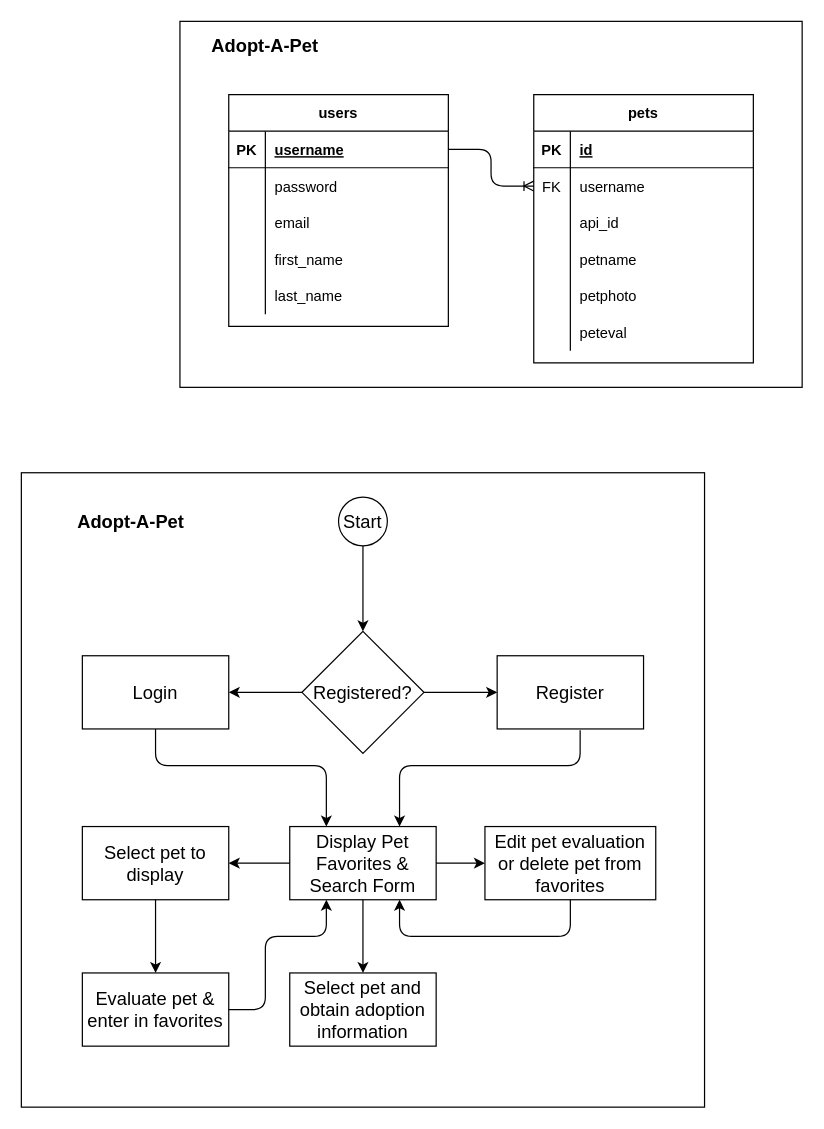
Before: Capstone Documents/adopt-a-pet.drawio in ursawd/adopt-a-pet, a draw.io diagram. Source tidied: cells renumbered, new cells numbered last; positions are measured from the earlier drawing's top-left corner, leaving out a move shared by most shapes. Both pictures are drawn from the tidied source at 122%, with x=0, y=0 at pixel (21, 21).
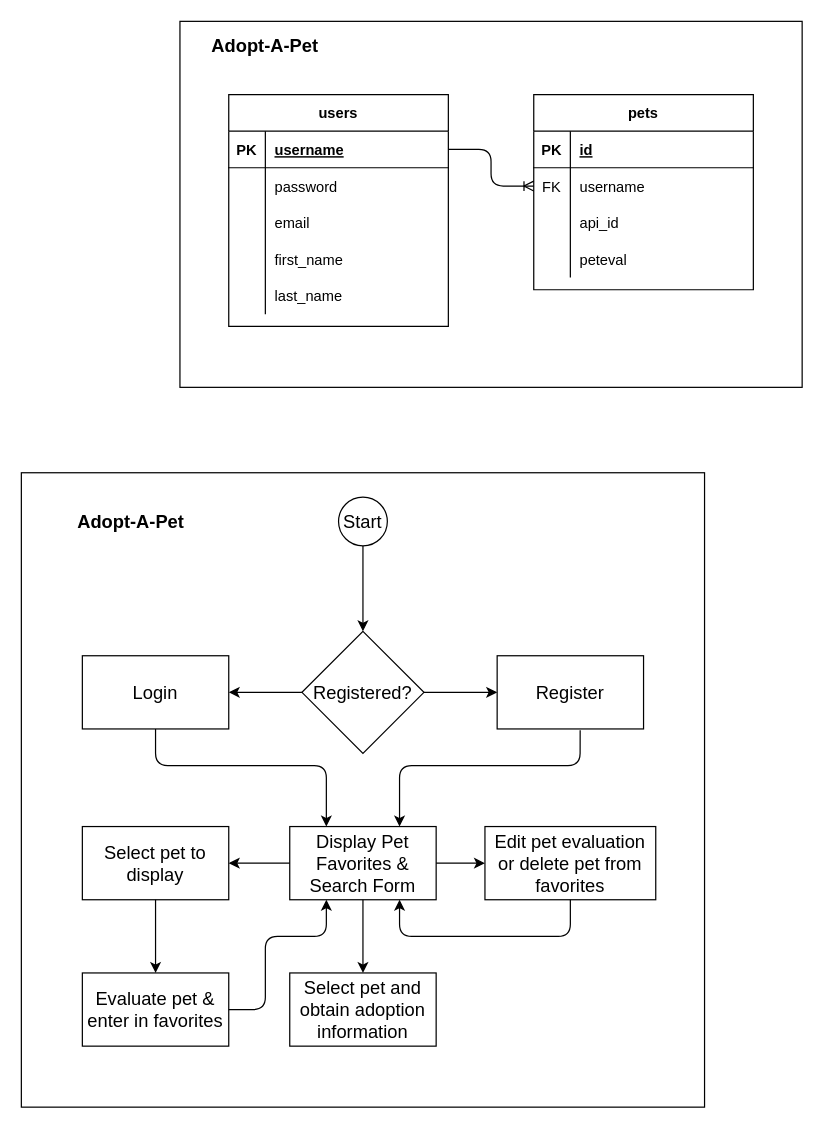
After the change.

Diff of the diagram source:
```diff
@@
     <mxCell id="19" value="pets" style="shape=table;startSize=30;childLayout=tableLayout;rowLines=0;fontStyle=1;align=center;" parent="1" vertex="1">
-      <mxGeometry x="420" y="60" width="180" height="220" as="geometry" />
+      <mxGeometry x="420" y="60" width="180" height="160" as="geometry" />
     </mxCell>
@@
-    <mxCell id="29" style="shape=partialRectangle;fillColor=none;top=0;left=0;bottom=0;right=0;" parent="19" vertex="1">
-      <mxGeometry y="120" width="180" height="30" as="geometry" />
-    </mxCell>
-    <mxCell id="30" style="shape=partialRectangle;fillColor=none;top=0;left=0;bottom=0;right=0;overflow=hidden;" parent="29" vertex="1">
-      <mxGeometry width="30" height="30" as="geometry" />
-    </mxCell>
-    <mxCell id="31" value="petname" style="shape=partialRectangle;fillColor=none;top=0;left=0;bottom=0;right=0;align=left;spacingLeft=6;overflow=hidden;" parent="29" vertex="1">
-      <mxGeometry x="30" width="150" height="30" as="geometry" />
-    </mxCell>
-    <mxCell id="32" style="shape=partialRectangle;fillColor=none;top=0;left=0;bottom=0;right=0;" parent="19" vertex="1">
-      <mxGeometry y="150" width="180" height="30" as="geometry" />
-    </mxCell>
-    <mxCell id="33" style="shape=partialRectangle;fillColor=none;top=0;left=0;bottom=0;right=0;overflow=hidden;" parent="32" vertex="1">
-      <mxGeometry width="30" height="30" as="geometry" />
-    </mxCell>
-    <mxCell id="34" value="petphoto" style="shape=partialRectangle;fillColor=none;top=0;left=0;bottom=0;right=0;align=left;spacingLeft=6;overflow=hidden;" parent="32" vertex="1">
-      <mxGeometry x="30" width="150" height="30" as="geometry" />
-    </mxCell>
     <mxCell id="35" style="shape=partialRectangle;fillColor=none;top=0;left=0;bottom=0;right=0;" parent="19" vertex="1">
-      <mxGeometry y="180" width="180" height="30" as="geometry" />
+      <mxGeometry y="120" width="180" height="30" as="geometry" />
     </mxCell>
```
